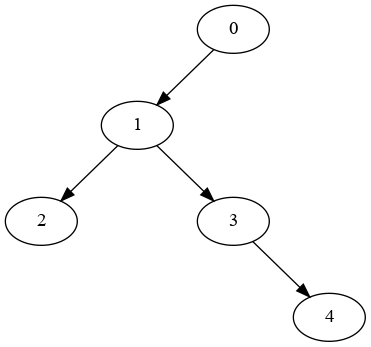
The Graphviz diagram docs/mp2i/files/C12/temp.png in fabricenativel/cpge-info, before a commit. Its source is kept beside it as docs/mp2i/files/C12/temp.gv.
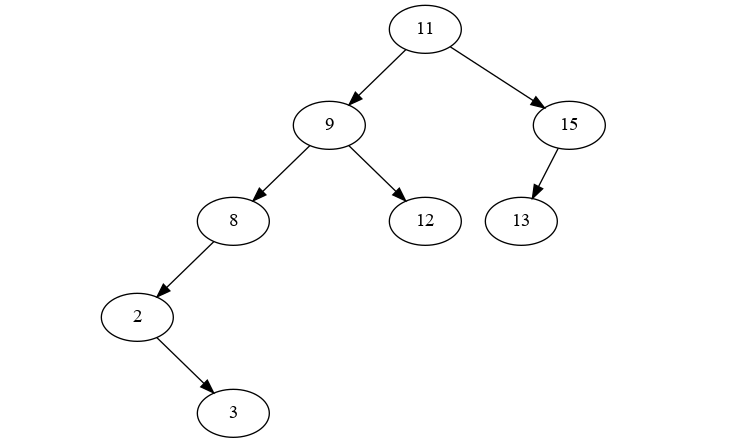
Above is the later version.

Diff of the diagram source:
```diff
@@ -1,16 +1,24 @@
 digraph mygraph {
-0 -> 1
+ R -> T
 I0 [style=invis]
- 0 -> I0 [style=invis]
+ R -> I0 [style=invis]
+R -> C
+T -> V
 I1 [style=invis]
- 0 -> I1 [style=invis]
-1 -> 2
+ T -> I1 [style=invis]
+T -> I
 I2 [style=invis]
- 1 -> I2 [style=invis]
-1 -> 3
+ V -> I2 [style=invis]
 I3 [style=invis]
- 3 -> I3 [style=invis]
+ V -> I3 [style=invis]
+V -> M
+C -> F
 I4 [style=invis]
- 3 -> I4 [style=invis]
-3 -> 4
+ C -> I4 [style=invis]
+I5 [style=invis]
+ C -> I5 [style=invis]
+F -> P
+I6 [style=invis]
+ F -> I6 [style=invis]
+F -> A
 }
```
